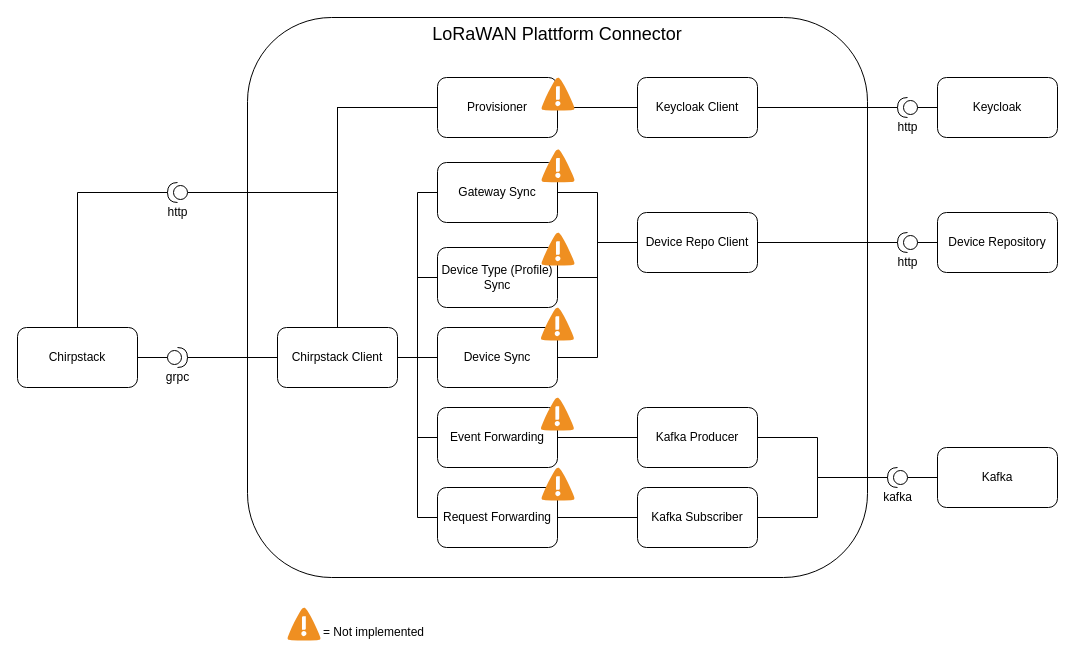
Earlier version of the draw.io diagram docs/architecture.drawio (SENERGY-Platform/lorawan-platform-connector). Source tidied: cells renumbered, new cells numbered last; positions are measured from the earlier drawing's top-left corner, leaving out a move shared by most shapes. Both pictures are drawn from the tidied source at 100%, with x=0, y=0 at pixel (17, 17).
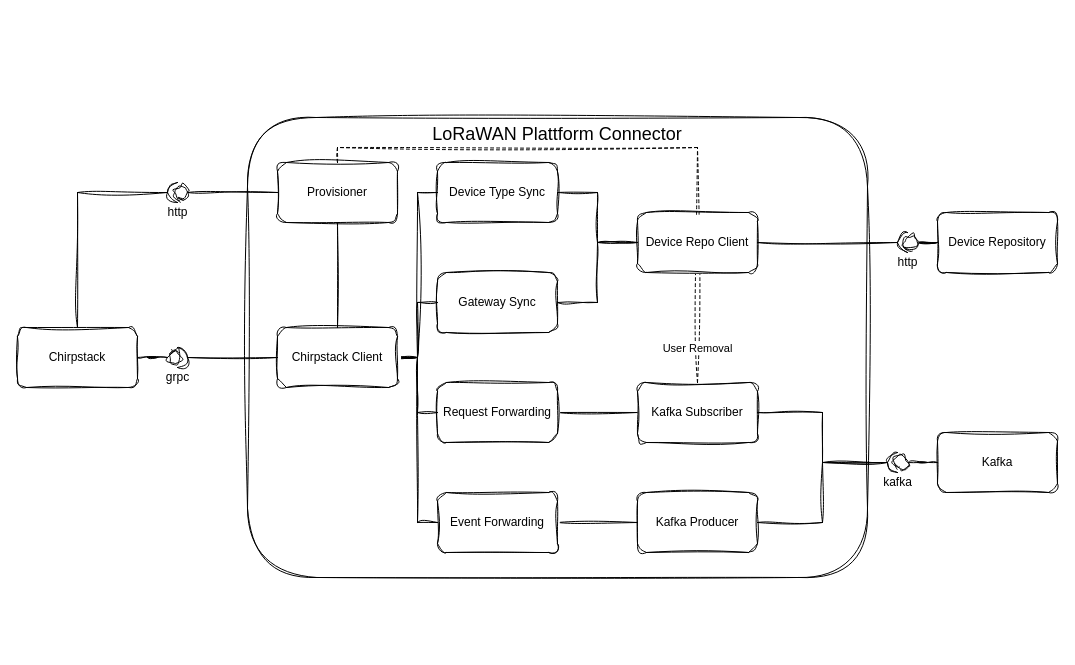
After the change.

Change to the diagram source:
```diff
@@
-    <mxCell id="2" value="LoRaWAN Plattform Connector" style="rounded=1;whiteSpace=wrap;html=1;verticalAlign=top;fontSize=18;" parent="1" vertex="1">
-      <mxGeometry x="230" width="620" height="560" as="geometry" />
+    <mxCell id="2" value="LoRaWAN Plattform Connector" style="rounded=1;whiteSpace=wrap;html=1;verticalAlign=top;fontSize=18;sketch=1;curveFitting=1;jiggle=2;" parent="1" vertex="1">
+      <mxGeometry x="230" y="100" width="620" height="460" as="geometry" />
     </mxCell>
+    <mxCell id="54" value="User Removal" style="edgeStyle=orthogonalEdgeStyle;rounded=0;jettySize=auto;html=1;dashed=1;endArrow=none;endFill=0;sketch=1;curveFitting=1;jiggle=2;" parent="1" edge="1" source="45" target="34">
+      <mxGeometry x="-0.89" relative="1" as="geometry">
+        <Array as="points">
+          <mxPoint x="680" y="130" />
+          <mxPoint x="320" y="130" />
+        </Array>
+      </mxGeometry>
+    </mxCell>
-    <mxCell id="3" value="Chirpstack" style="rounded=1;whiteSpace=wrap;html=1;" parent="1" vertex="1">
+    <mxCell id="3" value="Chirpstack" style="rounded=1;whiteSpace=wrap;html=1;sketch=1;curveFitting=1;jiggle=2;" parent="1" vertex="1">
       <mxGeometry y="310" width="120" height="60" as="geometry" />
     </mxCell>
-    <mxCell id="4" value="Kafka" style="rounded=1;whiteSpace=wrap;html=1;" parent="1" vertex="1">
-      <mxGeometry x="920" y="430" width="120" height="60" as="geometry" />
+    <mxCell id="4" value="Kafka" style="rounded=1;whiteSpace=wrap;html=1;sketch=1;curveFitting=1;jiggle=2;" parent="1" vertex="1">
+      <mxGeometry x="920" y="415" width="120" height="60" as="geometry" />
     </mxCell>
-    <mxCell id="5" value="Device Repository" style="rounded=1;whiteSpace=wrap;html=1;" parent="1" vertex="1">
+    <mxCell id="5" value="Device Repository" style="rounded=1;whiteSpace=wrap;html=1;sketch=1;curveFitting=1;jiggle=2;" parent="1" vertex="1">
       <mxGeometry x="920" y="195" width="120" height="60" as="geometry" />
     </mxCell>
-    <mxCell id="6" style="edgeStyle=orthogonalEdgeStyle;rounded=0;jettySize=auto;html=1;entryX=0;entryY=0.5;entryDx=0;entryDy=0;endArrow=none;endFill=0;" parent="1" edge="1" source="7" target="20">
+    <mxCell id="6" style="edgeStyle=orthogonalEdgeStyle;rounded=0;jettySize=auto;html=1;entryX=0;entryY=0.5;entryDx=0;entryDy=0;endArrow=none;endFill=0;sketch=1;curveFitting=1;jiggle=2;" parent="1" edge="1" source="7" target="20">
       <mxGeometry relative="1" as="geometry" />
     </mxCell>
-    <mxCell id="7" value="Device Type (Profile) Sync" style="rounded=1;whiteSpace=wrap;html=1;" parent="1" vertex="1">
-      <mxGeometry x="420" y="230" width="120" height="60" as="geometry" />
+    <mxCell id="7" value="Gateway Sync" style="rounded=1;whiteSpace=wrap;html=1;sketch=1;curveFitting=1;jiggle=2;" parent="1" vertex="1">
+      <mxGeometry x="420" y="255" width="120" height="60" as="geometry" />
     </mxCell>
-    <mxCell id="8" style="edgeStyle=orthogonalEdgeStyle;rounded=0;jettySize=auto;html=1;endArrow=none;endFill=0;" parent="1" edge="1" source="9" target="20">
+    <mxCell id="8" style="edgeStyle=orthogonalEdgeStyle;rounded=0;jettySize=auto;html=1;endArrow=none;endFill=0;sketch=1;curveFitting=1;jiggle=2;" parent="1" edge="1" source="9" target="20">
       <mxGeometry relative="1" as="geometry" />
     </mxCell>
-    <mxCell id="9" value="Gateway Sync" style="rounded=1;whiteSpace=wrap;html=1;" parent="1" vertex="1">
+    <mxCell id="9" value="Device Type Sync" style="rounded=1;whiteSpace=wrap;html=1;sketch=1;curveFitting=1;jiggle=2;" parent="1" vertex="1">
       <mxGeometry x="420" y="145" width="120" height="60" as="geometry" />
     </mxCell>
-    <mxCell id="10" style="edgeStyle=orthogonalEdgeStyle;rounded=0;jettySize=auto;html=1;endArrow=none;endFill=0;" parent="1" edge="1" source="11" target="23">
+    <mxCell id="10" style="edgeStyle=orthogonalEdgeStyle;rounded=0;jettySize=auto;html=1;endArrow=none;endFill=0;sketch=1;curveFitting=1;jiggle=2;" parent="1" edge="1" source="11" target="23">
       <mxGeometry relative="1" as="geometry" />
     </mxCell>
-    <mxCell id="11" value="Event Forwarding" style="rounded=1;whiteSpace=wrap;html=1;" parent="1" vertex="1">
-      <mxGeometry x="420" y="390" width="120" height="60" as="geometry" />
+    <mxCell id="11" value="Event Forwarding" style="rounded=1;whiteSpace=wrap;html=1;sketch=1;curveFitting=1;jiggle=2;" parent="1" vertex="1">
+      <mxGeometry x="420" y="475" width="120" height="60" as="geometry" />
     </mxCell>
-    <mxCell id="12" style="edgeStyle=orthogonalEdgeStyle;rounded=0;jettySize=auto;html=1;endArrow=none;endFill=0;" parent="1" edge="1" source="13" target="45">
+    <mxCell id="12" style="edgeStyle=orthogonalEdgeStyle;rounded=0;jettySize=auto;html=1;endArrow=none;endFill=0;sketch=1;curveFitting=1;jiggle=2;" parent="1" edge="1" source="13" target="45">
       <mxGeometry relative="1" as="geometry" />
     </mxCell>
-    <mxCell id="13" value="Request Forwarding" style="rounded=1;whiteSpace=wrap;html=1;" parent="1" vertex="1">
-      <mxGeometry x="420" y="470" width="120" height="60" as="geometry" />
+    <mxCell id="13" value="Request Forwarding" style="rounded=1;whiteSpace=wrap;html=1;sketch=1;curveFitting=1;jiggle=2;" parent="1" vertex="1">
+      <mxGeometry x="420" y="365" width="120" height="60" as="geometry" />
     </mxCell>
-    <mxCell id="14" value="grpc" style="shape=providedRequiredInterface;html=1;verticalLabelPosition=bottom;sketch=0;direction=east;" parent="1" vertex="1">
+    <mxCell id="14" value="grpc" style="shape=providedRequiredInterface;html=1;verticalLabelPosition=bottom;direction=east;sketch=1;curveFitting=1;jiggle=2;" parent="1" vertex="1">
       <mxGeometry x="150" y="330" width="20" height="20" as="geometry" />
     </mxCell>
-    <mxCell id="15" style="edgeStyle=orthogonalEdgeStyle;rounded=0;jettySize=auto;html=1;entryX=0;entryY=0.5;entryDx=0;entryDy=0;entryPerimeter=0;endArrow=none;endFill=0;" parent="1" edge="1" source="3" target="14">
+    <mxCell id="15" style="edgeStyle=orthogonalEdgeStyle;rounded=0;jettySize=auto;html=1;entryX=0;entryY=0.5;entryDx=0;entryDy=0;entryPerimeter=0;endArrow=none;endFill=0;sketch=1;curveFitting=1;jiggle=2;" parent="1" edge="1" source="3" target="14">
       <mxGeometry relative="1" as="geometry" />
     </mxCell>
-    <mxCell id="16" style="edgeStyle=orthogonalEdgeStyle;rounded=0;jettySize=auto;html=1;endArrow=none;endFill=0;" parent="1" edge="1" source="17" target="5">
+    <mxCell id="16" style="edgeStyle=orthogonalEdgeStyle;rounded=0;jettySize=auto;html=1;endArrow=none;endFill=0;sketch=1;curveFitting=1;jiggle=2;" parent="1" edge="1" source="17" target="5">
       <mxGeometry relative="1" as="geometry" />
     </mxCell>
-    <mxCell id="17" value="http" style="shape=providedRequiredInterface;html=1;verticalLabelPosition=bottom;sketch=0;direction=west;" parent="1" vertex="1">
+    <mxCell id="17" value="http" style="shape=providedRequiredInterface;html=1;verticalLabelPosition=bottom;direction=west;sketch=1;curveFitting=1;jiggle=2;" parent="1" vertex="1">
       <mxGeometry x="880" y="215" width="20" height="20" as="geometry" />
     </mxCell>
-    <mxCell id="18" style="edgeStyle=orthogonalEdgeStyle;rounded=0;jettySize=auto;html=1;entryX=0;entryY=0.5;entryDx=0;entryDy=0;endArrow=none;endFill=0;" parent="1" edge="1" source="19" target="4">
+    <mxCell id="18" style="edgeStyle=orthogonalEdgeStyle;rounded=0;jettySize=auto;html=1;entryX=0;entryY=0.5;entryDx=0;entryDy=0;endArrow=none;endFill=0;sketch=1;curveFitting=1;jiggle=2;" parent="1" edge="1" source="19" target="4">
       <mxGeometry relative="1" as="geometry" />
     </mxCell>
-    <mxCell id="19" value="kafka" style="shape=providedRequiredInterface;html=1;verticalLabelPosition=bottom;sketch=0;direction=west;" parent="1" vertex="1">
-      <mxGeometry x="870" y="450" width="20" height="20" as="geometry" />
+    <mxCell id="19" value="kafka" style="shape=providedRequiredInterface;html=1;verticalLabelPosition=bottom;direction=west;sketch=1;curveFitting=1;jiggle=2;" parent="1" vertex="1">
+      <mxGeometry x="870" y="435" width="20" height="20" as="geometry" />
     </mxCell>
-    <mxCell id="20" value="Device Repo Client" style="rounded=1;whiteSpace=wrap;html=1;" parent="1" vertex="1">
+    <mxCell id="20" value="Device Repo Client" style="rounded=1;whiteSpace=wrap;html=1;sketch=1;curveFitting=1;jiggle=2;" parent="1" vertex="1">
       <mxGeometry x="620" y="195" width="120" height="60" as="geometry" />
     </mxCell>
-    <mxCell id="21" style="edgeStyle=orthogonalEdgeStyle;rounded=0;jettySize=auto;html=1;entryX=1;entryY=0.5;entryDx=0;entryDy=0;entryPerimeter=0;endArrow=none;endFill=0;" parent="1" edge="1" source="20" target="17">
+    <mxCell id="21" style="edgeStyle=orthogonalEdgeStyle;rounded=0;jettySize=auto;html=1;entryX=1;entryY=0.5;entryDx=0;entryDy=0;entryPerimeter=0;endArrow=none;endFill=0;sketch=1;curveFitting=1;jiggle=2;" parent="1" edge="1" source="20" target="17">
       <mxGeometry relative="1" as="geometry" />
     </mxCell>
-    <mxCell id="22" style="edgeStyle=orthogonalEdgeStyle;rounded=0;jettySize=auto;html=1;endArrow=none;endFill=0;" parent="1" edge="1" source="23" target="19">
-      <mxGeometry relative="1" as="geometry">
-        <Array as="points">
-          <mxPoint x="800" y="420" />
-          <mxPoint x="800" y="460" />
-        </Array>
-      </mxGeometry>
-    </mxCell>
-    <mxCell id="23" value="Kafka Producer" style="rounded=1;whiteSpace=wrap;html=1;" parent="1" vertex="1">
-      <mxGeometry x="620" y="390" width="120" height="60" as="geometry" />
+    <mxCell id="23" value="Kafka Producer" style="rounded=1;whiteSpace=wrap;html=1;sketch=1;curveFitting=1;jiggle=2;" parent="1" vertex="1">
+      <mxGeometry x="620" y="475" width="120" height="60" as="geometry" />
     </mxCell>
+    <mxCell id="45" value="Kafka Subscriber" style="rounded=1;whiteSpace=wrap;html=1;sketch=1;curveFitting=1;jiggle=2;" parent="1" vertex="1">
+      <mxGeometry x="620" y="365" width="120" height="60" as="geometry" />
+    </mxCell>
+    <mxCell id="55" style="edgeStyle=orthogonalEdgeStyle;rounded=0;jettySize=auto;html=1;entryX=1;entryY=0.5;entryDx=0;entryDy=0;entryPerimeter=0;endArrow=none;endFill=0;sketch=1;curveFitting=1;jiggle=2;" parent="1" edge="1" source="45" target="19">
+      <mxGeometry relative="1" as="geometry" />
+    </mxCell>
-    <mxCell id="24" style="edgeStyle=orthogonalEdgeStyle;rounded=0;jettySize=auto;html=1;entryX=1;entryY=0.5;entryDx=0;entryDy=0;entryPerimeter=0;endArrow=none;endFill=0;" parent="1" edge="1" source="45" target="19">
-      <mxGeometry relative="1" as="geometry">
-        <Array as="points">
-          <mxPoint x="800" y="500" />
-          <mxPoint x="800" y="460" />
-        </Array>
-      </mxGeometry>
+    <mxCell id="24" style="edgeStyle=orthogonalEdgeStyle;rounded=0;jettySize=auto;html=1;entryX=1;entryY=0.5;entryDx=0;entryDy=0;entryPerimeter=0;endArrow=none;endFill=0;sketch=1;curveFitting=1;jiggle=2;" parent="1" edge="1" source="23" target="19">
+      <mxGeometry relative="1" as="geometry" />
     </mxCell>
-    <mxCell id="25" style="edgeStyle=orthogonalEdgeStyle;rounded=0;jettySize=auto;html=1;entryX=0;entryY=0.5;entryDx=0;entryDy=0;endArrow=none;endFill=0;" parent="1" edge="1" source="30" target="13">
+    <mxCell id="25" style="edgeStyle=orthogonalEdgeStyle;rounded=0;jettySize=auto;html=1;entryX=0;entryY=0.5;entryDx=0;entryDy=0;endArrow=none;endFill=0;sketch=1;curveFitting=1;jiggle=2;" parent="1" edge="1" source="30" target="13">
       <mxGeometry relative="1" as="geometry" />
     </mxCell>
-    <mxCell id="26" style="edgeStyle=orthogonalEdgeStyle;rounded=0;jettySize=auto;html=1;entryX=0;entryY=0.5;entryDx=0;entryDy=0;endArrow=none;endFill=0;" parent="1" edge="1" source="30" target="11">
+    <mxCell id="26" style="edgeStyle=orthogonalEdgeStyle;rounded=0;jettySize=auto;html=1;entryX=0;entryY=0.5;entryDx=0;entryDy=0;endArrow=none;endFill=0;sketch=1;curveFitting=1;jiggle=2;" parent="1" edge="1" source="30" target="11">
       <mxGeometry relative="1" as="geometry" />
     </mxCell>
-    <mxCell id="27" style="edgeStyle=orthogonalEdgeStyle;rounded=0;jettySize=auto;html=1;endArrow=none;endFill=0;" parent="1" edge="1" source="30" target="7">
-      <mxGeometry relative="1" as="geometry">
-        <Array as="points">
-          <mxPoint x="400" y="340" />
-          <mxPoint x="400" y="260" />
-        </Array>
-      </mxGeometry>
+    <mxCell id="27" style="edgeStyle=orthogonalEdgeStyle;rounded=0;jettySize=auto;html=1;endArrow=none;endFill=0;sketch=1;curveFitting=1;jiggle=2;" parent="1" edge="1" source="30" target="7">
+      <mxGeometry relative="1" as="geometry" />
     </mxCell>
-    <mxCell id="28" style="edgeStyle=orthogonalEdgeStyle;rounded=0;jettySize=auto;html=1;entryX=0;entryY=0.5;entryDx=0;entryDy=0;endArrow=none;endFill=0;" parent="1" edge="1" source="30" target="9">
+    <mxCell id="28" style="edgeStyle=orthogonalEdgeStyle;rounded=0;jettySize=auto;html=1;entryX=0;entryY=0.5;entryDx=0;entryDy=0;endArrow=none;endFill=0;sketch=1;curveFitting=1;jiggle=2;" parent="1" edge="1" source="30" target="9">
       <mxGeometry relative="1" as="geometry" />
     </mxCell>
-    <mxCell id="29" style="edgeStyle=orthogonalEdgeStyle;rounded=0;jettySize=auto;html=1;endArrow=none;endFill=0;" parent="1" edge="1" source="30" target="39">
-      <mxGeometry relative="1" as="geometry" />
-    </mxCell>
-    <mxCell id="30" value="Chirpstack Client" style="rounded=1;whiteSpace=wrap;html=1;" parent="1" vertex="1">
+    <mxCell id="30" value="Chirpstack Client" style="rounded=1;whiteSpace=wrap;html=1;sketch=1;curveFitting=1;jiggle=2;" parent="1" vertex="1">
       <mxGeometry x="260" y="310" width="120" height="60" as="geometry" />
     </mxCell>
-    <mxCell id="31" style="edgeStyle=orthogonalEdgeStyle;rounded=0;jettySize=auto;html=1;entryX=1;entryY=0.5;entryDx=0;entryDy=0;entryPerimeter=0;endArrow=none;endFill=0;" parent="1" edge="1" source="30" target="14">
+    <mxCell id="31" style="edgeStyle=orthogonalEdgeStyle;rounded=0;jettySize=auto;html=1;entryX=1;entryY=0.5;entryDx=0;entryDy=0;entryPerimeter=0;endArrow=none;endFill=0;sketch=1;curveFitting=1;jiggle=2;" parent="1" edge="1" source="30" target="14">
       <mxGeometry relative="1" as="geometry" />
     </mxCell>
-    <mxCell id="32" style="edgeStyle=orthogonalEdgeStyle;rounded=0;jettySize=auto;html=1;endArrow=none;endFill=0;" parent="1" edge="1" source="34" target="30">
+    <mxCell id="32" style="edgeStyle=orthogonalEdgeStyle;rounded=0;jettySize=auto;html=1;endArrow=none;endFill=0;sketch=1;curveFitting=1;jiggle=2;" parent="1" edge="1" source="34" target="30">
       <mxGeometry relative="1" as="geometry" />
     </mxCell>
-    <mxCell id="33" style="edgeStyle=orthogonalEdgeStyle;rounded=0;jettySize=auto;html=1;entryX=0;entryY=0.5;entryDx=0;entryDy=0;endArrow=none;endFill=0;" parent="1" edge="1" source="34" target="40">
-      <mxGeometry relative="1" as="geometry">
-        <Array as="points">
-          <mxPoint x="320" y="90" />
-        </Array>
-      </mxGeometry>
-    </mxCell>
-    <mxCell id="34" value="Provisioner" style="rounded=1;whiteSpace=wrap;html=1;" parent="1" vertex="1">
-      <mxGeometry x="420" y="60" width="120" height="60" as="geometry" />
+    <mxCell id="34" value="Provisioner" style="rounded=1;whiteSpace=wrap;html=1;sketch=1;curveFitting=1;jiggle=2;" parent="1" vertex="1">
+      <mxGeometry x="260" y="145" width="120" height="60" as="geometry" />
     </mxCell>
-    <mxCell id="35" style="edgeStyle=orthogonalEdgeStyle;rounded=0;jettySize=auto;html=1;endArrow=none;endFill=0;" parent="1" edge="1" source="36" target="34">
-      <mxGeometry relative="1" as="geometry">
-        <Array as="points">
-          <mxPoint x="320" y="175" />
-          <mxPoint x="320" y="90" />
-        </Array>
-      </mxGeometry>
+    <mxCell id="35" style="edgeStyle=orthogonalEdgeStyle;rounded=0;jettySize=auto;html=1;endArrow=none;endFill=0;sketch=1;curveFitting=1;jiggle=2;" parent="1" edge="1" source="36" target="34">
+      <mxGeometry relative="1" as="geometry" />
     </mxCell>
-    <mxCell id="36" value="http" style="shape=providedRequiredInterface;html=1;verticalLabelPosition=bottom;sketch=0;direction=west;" parent="1" vertex="1">
+    <mxCell id="36" value="http" style="shape=providedRequiredInterface;html=1;verticalLabelPosition=bottom;direction=west;sketch=1;curveFitting=1;jiggle=2;" parent="1" vertex="1">
       <mxGeometry x="150" y="165" width="20" height="20" as="geometry" />
     </mxCell>
-    <mxCell id="37" style="edgeStyle=orthogonalEdgeStyle;rounded=0;jettySize=auto;html=1;entryX=1;entryY=0.5;entryDx=0;entryDy=0;entryPerimeter=0;endArrow=none;endFill=0;" parent="1" edge="1" source="3" target="36">
+    <mxCell id="37" style="edgeStyle=orthogonalEdgeStyle;rounded=0;jettySize=auto;html=1;entryX=1;entryY=0.5;entryDx=0;entryDy=0;entryPerimeter=0;endArrow=none;endFill=0;sketch=1;curveFitting=1;jiggle=2;" parent="1" edge="1" source="3" target="36">
       <mxGeometry relative="1" as="geometry">
         <Array as="points">
           <mxPoint x="60" y="175" />
         </Array>
       </mxGeometry>
     </mxCell>
-    <mxCell id="38" style="edgeStyle=orthogonalEdgeStyle;rounded=0;jettySize=auto;html=1;endArrow=none;endFill=0;" parent="1" edge="1" source="39" target="20">
-      <mxGeometry relative="1" as="geometry">
-        <Array as="points">
-          <mxPoint x="580" y="340" />
-          <mxPoint x="580" y="225" />
-        </Array>
-      </mxGeometry>
-    </mxCell>
-    <mxCell id="39" value="Device Sync" style="rounded=1;whiteSpace=wrap;html=1;" parent="1" vertex="1">
-      <mxGeometry x="420" y="310" width="120" height="60" as="geometry" />
-    </mxCell>
-    <mxCell id="40" value="Keycloak Client" style="rounded=1;whiteSpace=wrap;html=1;" parent="1" vertex="1">
-      <mxGeometry x="620" y="60" width="120" height="60" as="geometry" />
-    </mxCell>
-    <mxCell id="41" value="Keycloak" style="rounded=1;whiteSpace=wrap;html=1;" parent="1" vertex="1">
-      <mxGeometry x="920" y="60" width="120" height="60" as="geometry" />
-    </mxCell>
-    <mxCell id="42" style="edgeStyle=orthogonalEdgeStyle;rounded=0;jettySize=auto;html=1;endArrow=none;endFill=0;" parent="1" edge="1" source="43" target="40">
-      <mxGeometry relative="1" as="geometry" />
-    </mxCell>
-    <mxCell id="43" value="http" style="shape=providedRequiredInterface;html=1;verticalLabelPosition=bottom;sketch=0;direction=west;" parent="1" vertex="1">
-      <mxGeometry x="880" y="80" width="20" height="20" as="geometry" />
-    </mxCell>
-    <mxCell id="44" style="edgeStyle=orthogonalEdgeStyle;rounded=0;jettySize=auto;html=1;exitX=0;exitY=0.5;exitDx=0;exitDy=0;entryX=0;entryY=0.5;entryDx=0;entryDy=0;entryPerimeter=0;endArrow=none;endFill=0;" parent="1" edge="1" source="41" target="43">
-      <mxGeometry relative="1" as="geometry" />
-    </mxCell>
-    <mxCell id="45" value="Kafka Subscriber" style="rounded=1;whiteSpace=wrap;html=1;" parent="1" vertex="1">
-      <mxGeometry x="620" y="470" width="120" height="60" as="geometry" />
-    </mxCell>
-    <mxCell id="46" style="shadow=0;dashed=0;html=1;strokeColor=none;fillColor=#4495D1;labelPosition=center;verticalLabelPosition=bottom;verticalAlign=top;align=center;shape=mxgraph.veeam.2d.alert;" parent="1" vertex="1">
-      <mxGeometry x="524" y="60" width="33.2" height="33.2" as="geometry" />
-    </mxCell>
-    <mxCell id="47" style="shadow=0;dashed=0;html=1;strokeColor=none;fillColor=#4495D1;labelPosition=center;verticalLabelPosition=bottom;verticalAlign=top;align=center;shape=mxgraph.veeam.2d.alert;" parent="1" vertex="1">
-      <mxGeometry x="524" y="131.8" width="33.2" height="33.2" as="geometry" />
-    </mxCell>
-    <mxCell id="48" style="shadow=0;dashed=0;html=1;strokeColor=none;fillColor=#4495D1;labelPosition=center;verticalLabelPosition=bottom;verticalAlign=top;align=center;shape=mxgraph.veeam.2d.alert;" parent="1" vertex="1">
-      <mxGeometry x="524" y="215" width="33.2" height="33.2" as="geometry" />
-    </mxCell>
-    <mxCell id="49" style="shadow=0;dashed=0;html=1;strokeColor=none;fillColor=#4495D1;labelPosition=center;verticalLabelPosition=bottom;verticalAlign=top;align=center;shape=mxgraph.veeam.2d.alert;" parent="1" vertex="1">
-      <mxGeometry x="523.4" y="290" width="33.2" height="33.2" as="geometry" />
-    </mxCell>
-    <mxCell id="50" style="shadow=0;dashed=0;html=1;strokeColor=none;fillColor=#4495D1;labelPosition=center;verticalLabelPosition=bottom;verticalAlign=top;align=center;shape=mxgraph.veeam.2d.alert;" parent="1" vertex="1">
-      <mxGeometry x="523.4" y="380" width="33.2" height="33.2" as="geometry" />
-    </mxCell>
-    <mxCell id="51" style="shadow=0;dashed=0;html=1;strokeColor=none;fillColor=#4495D1;labelPosition=center;verticalLabelPosition=bottom;verticalAlign=top;align=center;shape=mxgraph.veeam.2d.alert;" parent="1" vertex="1">
-      <mxGeometry x="524" y="450" width="33.2" height="33.2" as="geometry" />
-    </mxCell>
-    <mxCell id="52" style="shadow=0;dashed=0;html=1;strokeColor=none;fillColor=#4495D1;labelPosition=center;verticalLabelPosition=bottom;verticalAlign=top;align=center;shape=mxgraph.veeam.2d.alert;" parent="1" vertex="1">
-      <mxGeometry x="270" y="590" width="33.2" height="33.2" as="geometry" />
-    </mxCell>
-    <mxCell id="53" value="= Not implemented" style="text;html=1;align=center;verticalAlign=middle;whiteSpace=wrap;rounded=0;" parent="1" vertex="1">
-      <mxGeometry x="303.2" y="600" width="106.8" height="30" as="geometry" />
-    </mxCell>
```
